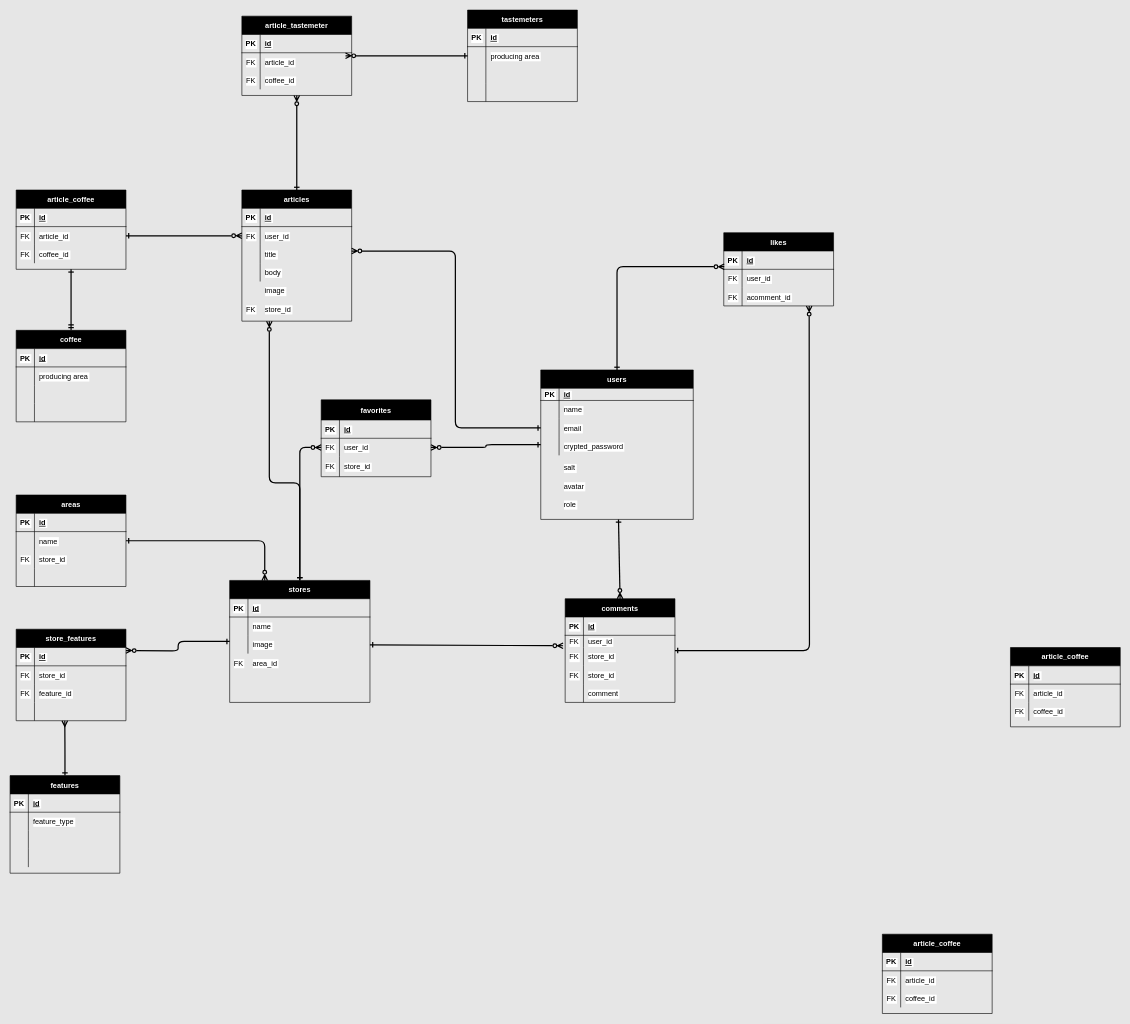
The draw.io diagram er.drawio in oldnew194/cold_brew_app, before the edit. Source tidied: cells renumbered, new cells numbered last; positions are measured from the earlier drawing's top-left corner, leaving out a move shared by most shapes. Both pictures are drawn from the tidied source at 61%, with x=0, y=0 at pixel (10, 10).
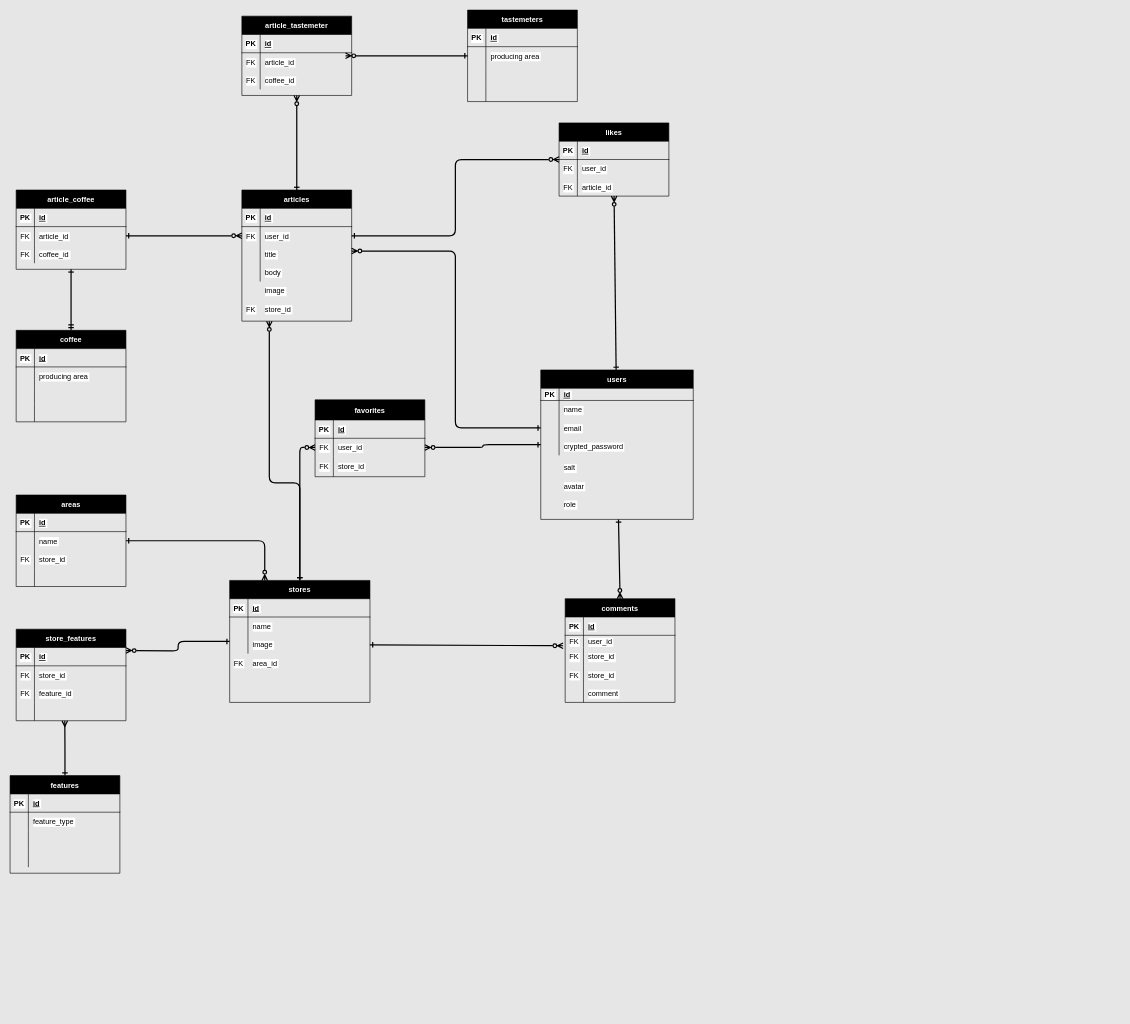
The same page after the edit.

Unchanged cells that the change refers to:
```xml
<mxCell id="7" style="shape=partialRectangle;fillColor=none;top=0;left=0;bottom=0;right=0;points=[[0,0.5],[1,0.5]];portConstraint=eastwest;fontColor=#000000;labelBackgroundColor=#FFFFFF;strokeColor=#000000;" parent="3" vertex="1">
  <mxGeometry y="60" width="180" height="30" as="geometry" />
</mxCell>
<mxCell id="19" value="users" style="shape=table;startSize=30;childLayout=tableLayout;rowLines=0;fontStyle=1;align=center;labelBackgroundColor=#000000;fontColor=#FFFFFF;strokeColor=#000000;fillColor=#000000;" parent="1" vertex="1">
  <mxGeometry x="870" y="590" width="250" height="245" as="geometry" />
</mxCell>
<mxCell id="36" style="shape=partialRectangle;fillColor=none;top=0;left=0;bottom=0;right=0;points=[[0,0.5],[1,0.5]];portConstraint=eastwest;fontColor=#000000;labelBackgroundColor=#FFFFFF;strokeColor=#000000;" parent="32" vertex="1">
  <mxGeometry y="60" width="180" height="30" as="geometry" />
</mxCell>
<mxCell id="39" style="shape=partialRectangle;fillColor=none;top=0;left=0;bottom=0;right=0;points=[[0,0.5],[1,0.5]];portConstraint=eastwest;fontColor=#000000;labelBackgroundColor=#FFFFFF;strokeColor=#000000;" parent="32" vertex="1">
  <mxGeometry y="90" width="180" height="30" as="geometry" />
</mxCell>
<mxCell id="56" value="comments" style="shape=table;startSize=30;childLayout=tableLayout;rowLines=0;fontStyle=1;align=center;fontColor=#FFFFFF;labelBackgroundColor=#000000;strokeColor=#000000;fillColor=#000000;" parent="1" vertex="1">
  <mxGeometry x="910" y="965" width="180" height="170" as="geometry" />
</mxCell>
```

What changed in the source:
```diff
@@
-    <mxCell id="17" style="edgeStyle=orthogonalEdgeStyle;html=1;entryX=0.004;entryY=-0.142;entryDx=0;entryDy=0;entryPerimeter=0;labelBackgroundColor=#FFFFFF;fontColor=#000000;startArrow=ERone;startFill=0;endArrow=ERzeroToMany;endFill=0;strokeColor=#000000;strokeWidth=2;" parent="1" edge="1" source="19" target="36">
-      <mxGeometry relative="1" as="geometry" />
-    </mxCell>
@@
+    <mxCell id="202" style="edgeStyle=none;html=1;startArrow=ERone;startFill=0;strokeColor=#000000;strokeWidth=2;endArrow=ERzeroToMany;endFill=0;" parent="1" edge="1" source="19" target="39">
+      <mxGeometry relative="1" as="geometry" />
+    </mxCell>
@@
     <mxCell id="32" value="likes" style="shape=table;startSize=30;childLayout=tableLayout;rowLines=0;fontStyle=1;align=center;fontColor=#FFFFFF;labelBackgroundColor=#000000;strokeColor=#000000;fillColor=#000000;" parent="1" vertex="1">
-      <mxGeometry x="1170" y="365" width="180" height="120" as="geometry" />
+      <mxGeometry x="900" y="185" width="180" height="120" as="geometry" />
     </mxCell>
@@
-    <mxCell id="41" value="acomment_id" style="shape=partialRectangle;fillColor=none;top=0;left=0;bottom=0;right=0;align=left;spacingLeft=6;overflow=hidden;fontColor=#000000;labelBackgroundColor=#FFFFFF;strokeColor=#000000;" parent="39" vertex="1">
+    <mxCell id="41" value="article_id" style="shape=partialRectangle;fillColor=none;top=0;left=0;bottom=0;right=0;align=left;spacingLeft=6;overflow=hidden;fontColor=#000000;labelBackgroundColor=#FFFFFF;strokeColor=#000000;" parent="39" vertex="1">
       <mxGeometry x="30" width="150" height="30" as="geometry" />
     </mxCell>
@@
-    <mxCell id="55" style="edgeStyle=orthogonalEdgeStyle;html=1;startArrow=ERone;startFill=0;endArrow=ERzeroToMany;endFill=0;strokeColor=#000000;strokeWidth=2;" parent="1" edge="1" source="56">
-      <mxGeometry relative="1" as="geometry">
-        <mxPoint x="1310" y="485" as="targetPoint" />
-      </mxGeometry>
-    </mxCell>
@@
     <mxCell id="113" value="favorites" style="shape=table;startSize=33;childLayout=tableLayout;rowLines=0;fontStyle=1;align=center;fontColor=#FFFFFF;labelBackgroundColor=#000000;strokeColor=#000000;fillColor=#000000;" parent="1" vertex="1">
-      <mxGeometry x="510" y="639" width="180" height="126" as="geometry" />
+      <mxGeometry x="500" y="639" width="180" height="126" as="geometry" />
     </mxCell>
@@
-    <mxCell id="153" value="article_coffee" style="shape=table;startSize=30;childLayout=tableLayout;rowLines=0;fontStyle=1;align=center;fontColor=#FFFFFF;labelBackgroundColor=#000000;strokeColor=#000000;fillColor=#000000;" parent="1" vertex="1">
-      <mxGeometry x="1430" y="1515" width="180" height="130" as="geometry" />
-    </mxCell>
-    <mxCell id="154" style="shape=partialRectangle;fillColor=none;top=0;left=0;bottom=1;right=0;fontColor=#000000;labelBackgroundColor=#FFFFFF;strokeColor=#000000;" parent="153" vertex="1">
-      <mxGeometry y="30" width="180" height="30" as="geometry" />
-    </mxCell>
-    <mxCell id="155" value="PK" style="shape=partialRectangle;fillColor=none;top=0;left=0;bottom=0;right=0;fontStyle=1;overflow=hidden;fontColor=#000000;labelBackgroundColor=#FFFFFF;strokeColor=#000000;" parent="154" vertex="1">
-      <mxGeometry width="30" height="30" as="geometry" />
-    </mxCell>
-    <mxCell id="156" value="id" style="shape=partialRectangle;fillColor=none;top=0;left=0;bottom=0;right=0;align=left;spacingLeft=6;fontStyle=5;overflow=hidden;fontColor=#000000;labelBackgroundColor=#FFFFFF;strokeColor=#000000;" parent="154" vertex="1">
-      <mxGeometry x="30" width="150" height="30" as="geometry" />
-    </mxCell>
-    <mxCell id="157" style="shape=partialRectangle;fillColor=none;top=0;left=0;bottom=0;right=0;fontColor=#000000;labelBackgroundColor=#FFFFFF;strokeColor=#000000;" parent="153" vertex="1">
-      <mxGeometry y="60" width="180" height="30" as="geometry" />
-    </mxCell>
-    <mxCell id="158" value="FK" style="shape=partialRectangle;fillColor=none;top=0;left=0;bottom=0;right=0;overflow=hidden;fontColor=#000000;labelBackgroundColor=#FFFFFF;strokeColor=#000000;" parent="157" vertex="1">
-      <mxGeometry width="30" height="30" as="geometry" />
-    </mxCell>
-    <mxCell id="159" value="article_id" style="shape=partialRectangle;fillColor=none;top=0;left=0;bottom=0;right=0;align=left;spacingLeft=6;overflow=hidden;fontColor=#000000;labelBackgroundColor=#FFFFFF;strokeColor=#000000;" parent="157" vertex="1">
-      <mxGeometry x="30" width="150" height="30" as="geometry" />
-    </mxCell>
-    <mxCell id="160" style="shape=partialRectangle;fillColor=none;top=0;left=0;bottom=0;right=0;fontColor=#000000;labelBackgroundColor=#FFFFFF;strokeColor=#000000;" parent="153" vertex="1">
-      <mxGeometry y="90" width="180" height="30" as="geometry" />
-    </mxCell>
-    <mxCell id="161" value="FK" style="shape=partialRectangle;fillColor=none;top=0;left=0;bottom=0;right=0;overflow=hidden;fontColor=#000000;labelBackgroundColor=#FFFFFF;strokeColor=#000000;" parent="160" vertex="1">
-      <mxGeometry width="30" height="30" as="geometry" />
-    </mxCell>
-    <mxCell id="162" value="coffee_id" style="shape=partialRectangle;fillColor=none;top=0;left=0;bottom=0;right=0;align=left;spacingLeft=6;overflow=hidden;fontColor=#000000;labelBackgroundColor=#FFFFFF;strokeColor=#000000;" parent="160" vertex="1">
-      <mxGeometry x="30" width="150" height="30" as="geometry" />
-    </mxCell>
@@
-    <mxCell id="168" value="article_coffee" style="shape=table;startSize=30;childLayout=tableLayout;rowLines=0;fontStyle=1;align=center;fontColor=#FFFFFF;labelBackgroundColor=#000000;strokeColor=#000000;fillColor=#000000;" parent="1" vertex="1">
-      <mxGeometry x="1640" y="1045" width="180" height="130" as="geometry" />
-    </mxCell>
-    <mxCell id="169" style="shape=partialRectangle;fillColor=none;top=0;left=0;bottom=1;right=0;fontColor=#000000;labelBackgroundColor=#FFFFFF;strokeColor=#000000;" parent="168" vertex="1">
-      <mxGeometry y="30" width="180" height="30" as="geometry" />
-    </mxCell>
-    <mxCell id="170" value="PK" style="shape=partialRectangle;fillColor=none;top=0;left=0;bottom=0;right=0;fontStyle=1;overflow=hidden;fontColor=#000000;labelBackgroundColor=#FFFFFF;strokeColor=#000000;" parent="169" vertex="1">
-      <mxGeometry width="30" height="30" as="geometry" />
-    </mxCell>
-    <mxCell id="171" value="id" style="shape=partialRectangle;fillColor=none;top=0;left=0;bottom=0;right=0;align=left;spacingLeft=6;fontStyle=5;overflow=hidden;fontColor=#000000;labelBackgroundColor=#FFFFFF;strokeColor=#000000;" parent="169" vertex="1">
-      <mxGeometry x="30" width="150" height="30" as="geometry" />
-    </mxCell>
-    <mxCell id="172" style="shape=partialRectangle;fillColor=none;top=0;left=0;bottom=0;right=0;fontColor=#000000;labelBackgroundColor=#FFFFFF;strokeColor=#000000;" parent="168" vertex="1">
-      <mxGeometry y="60" width="180" height="30" as="geometry" />
-    </mxCell>
-    <mxCell id="173" value="FK" style="shape=partialRectangle;fillColor=none;top=0;left=0;bottom=0;right=0;overflow=hidden;fontColor=#000000;labelBackgroundColor=#FFFFFF;strokeColor=#000000;" parent="172" vertex="1">
-      <mxGeometry width="30" height="30" as="geometry" />
-    </mxCell>
-    <mxCell id="174" value="article_id" style="shape=partialRectangle;fillColor=none;top=0;left=0;bottom=0;right=0;align=left;spacingLeft=6;overflow=hidden;fontColor=#000000;labelBackgroundColor=#FFFFFF;strokeColor=#000000;" parent="172" vertex="1">
-      <mxGeometry x="30" width="150" height="30" as="geometry" />
-    </mxCell>
-    <mxCell id="175" style="shape=partialRectangle;fillColor=none;top=0;left=0;bottom=0;right=0;fontColor=#000000;labelBackgroundColor=#FFFFFF;strokeColor=#000000;" parent="168" vertex="1">
-      <mxGeometry y="90" width="180" height="30" as="geometry" />
-    </mxCell>
-    <mxCell id="176" value="FK" style="shape=partialRectangle;fillColor=none;top=0;left=0;bottom=0;right=0;overflow=hidden;fontColor=#000000;labelBackgroundColor=#FFFFFF;strokeColor=#000000;" parent="175" vertex="1">
-      <mxGeometry width="30" height="30" as="geometry" />
-    </mxCell>
-    <mxCell id="177" value="coffee_id" style="shape=partialRectangle;fillColor=none;top=0;left=0;bottom=0;right=0;align=left;spacingLeft=6;overflow=hidden;fontColor=#000000;labelBackgroundColor=#FFFFFF;strokeColor=#000000;" parent="175" vertex="1">
-      <mxGeometry x="30" width="150" height="30" as="geometry" />
-    </mxCell>
@@
+    <mxCell id="203" style="edgeStyle=orthogonalEdgeStyle;html=1;entryX=0;entryY=0.5;entryDx=0;entryDy=0;startArrow=ERone;startFill=0;endArrow=ERzeroToMany;endFill=0;strokeColor=#000000;strokeWidth=2;" parent="1" edge="1" source="7" target="32">
+      <mxGeometry relative="1" as="geometry" />
+    </mxCell>
```
